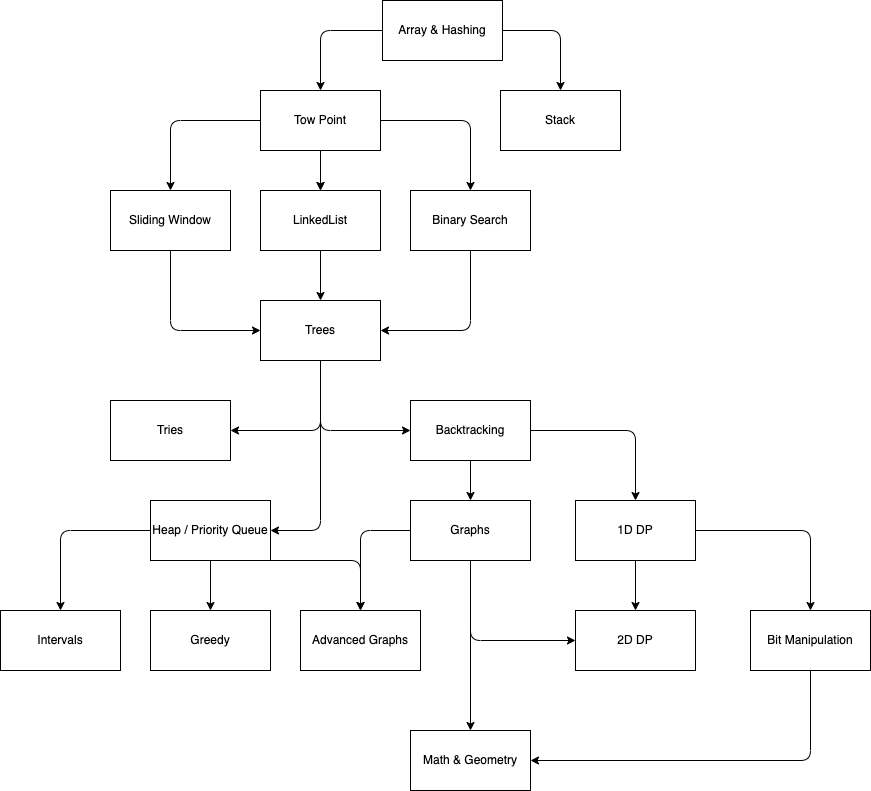
Earlier version of the draw.io export roadmap.png (uwspstar/DataStructures-Algorithms). Source tidied: cells renumbered, new cells last; positions are measured from the earlier drawing's top-left corner, leaving out a move shared by most shapes. Source of this version:
```xml
<mxGraphModel>
  <root>
    <mxCell id="0" />
    <mxCell id="1" parent="0" />
    <mxCell id="2" style="edgeStyle=none;html=1;entryX=0.5;entryY=0;entryDx=0;entryDy=0;exitX=0;exitY=0.5;exitDx=0;exitDy=0;" parent="1" edge="1" source="4" target="9">
      <mxGeometry relative="1" as="geometry">
        <Array as="points">
          <mxPoint x="320" y="30" />
        </Array>
      </mxGeometry>
    </mxCell>
    <mxCell id="3" style="edgeStyle=none;html=1;exitX=1;exitY=0.5;exitDx=0;exitDy=0;entryX=0.5;entryY=0;entryDx=0;entryDy=0;" parent="1" edge="1" source="4" target="10">
      <mxGeometry relative="1" as="geometry">
        <Array as="points">
          <mxPoint x="560" y="30" />
        </Array>
      </mxGeometry>
    </mxCell>
    <mxCell id="4" value="Array &amp;amp; Hashing" style="rounded=0;whiteSpace=wrap;html=1;" parent="1" vertex="1">
      <mxGeometry x="382" width="120" height="60" as="geometry" />
    </mxCell>
    <mxCell id="5" style="edgeStyle=none;html=1;" parent="1" edge="1" source="9" target="11">
      <mxGeometry relative="1" as="geometry" />
    </mxCell>
    <mxCell id="6" style="edgeStyle=none;html=1;exitX=1;exitY=0.5;exitDx=0;exitDy=0;entryX=0.5;entryY=0;entryDx=0;entryDy=0;" parent="1" edge="1" source="9" target="12">
      <mxGeometry relative="1" as="geometry">
        <Array as="points">
          <mxPoint x="470" y="120" />
        </Array>
      </mxGeometry>
    </mxCell>
    <mxCell id="7" style="edgeStyle=none;html=1;" parent="1" edge="1" source="9" target="11">
      <mxGeometry relative="1" as="geometry" />
    </mxCell>
    <mxCell id="8" style="edgeStyle=none;html=1;entryX=0.5;entryY=0;entryDx=0;entryDy=0;exitX=0;exitY=0.5;exitDx=0;exitDy=0;" parent="1" edge="1" source="9" target="14">
      <mxGeometry relative="1" as="geometry">
        <Array as="points">
          <mxPoint x="170" y="120" />
        </Array>
      </mxGeometry>
    </mxCell>
    <mxCell id="9" value="Tow Point" style="rounded=0;whiteSpace=wrap;html=1;" parent="1" vertex="1">
      <mxGeometry x="260" y="90" width="120" height="60" as="geometry" />
    </mxCell>
    <mxCell id="10" value="Stack" style="rounded=0;whiteSpace=wrap;html=1;" parent="1" vertex="1">
      <mxGeometry x="500" y="90" width="120" height="60" as="geometry" />
    </mxCell>
    <mxCell id="11" value="LinkedList" style="rounded=0;whiteSpace=wrap;html=1;" parent="1" vertex="1">
      <mxGeometry x="260" y="190" width="120" height="60" as="geometry" />
    </mxCell>
    <mxCell id="12" value="Binary Search" style="rounded=0;whiteSpace=wrap;html=1;" parent="1" vertex="1">
      <mxGeometry x="410" y="190" width="120" height="60" as="geometry" />
    </mxCell>
    <mxCell id="13" style="edgeStyle=none;html=1;entryX=0;entryY=0.5;entryDx=0;entryDy=0;exitX=0.5;exitY=1;exitDx=0;exitDy=0;" parent="1" edge="1" source="14" target="18">
      <mxGeometry relative="1" as="geometry">
        <Array as="points">
          <mxPoint x="170" y="330" />
        </Array>
      </mxGeometry>
    </mxCell>
    <mxCell id="14" value="Sliding Window" style="rounded=0;whiteSpace=wrap;html=1;" parent="1" vertex="1">
      <mxGeometry x="110" y="190" width="120" height="60" as="geometry" />
    </mxCell>
    <mxCell id="15" style="edgeStyle=none;html=1;entryX=1;entryY=0.5;entryDx=0;entryDy=0;exitX=0.5;exitY=1;exitDx=0;exitDy=0;" parent="1" edge="1" source="18" target="21">
      <mxGeometry relative="1" as="geometry">
        <Array as="points">
          <mxPoint x="320" y="430" />
        </Array>
      </mxGeometry>
    </mxCell>
    <mxCell id="16" style="edgeStyle=none;html=1;exitX=0.5;exitY=1;exitDx=0;exitDy=0;entryX=1;entryY=0.5;entryDx=0;entryDy=0;" parent="1" edge="1" source="18" target="25">
      <mxGeometry relative="1" as="geometry">
        <Array as="points">
          <mxPoint x="320" y="530" />
        </Array>
      </mxGeometry>
    </mxCell>
    <mxCell id="17" style="edgeStyle=none;html=1;exitX=0.5;exitY=1;exitDx=0;exitDy=0;entryX=0;entryY=0.5;entryDx=0;entryDy=0;" parent="1" edge="1" source="18" target="28">
      <mxGeometry relative="1" as="geometry">
        <Array as="points">
          <mxPoint x="320" y="430" />
        </Array>
      </mxGeometry>
    </mxCell>
    <mxCell id="18" value="Trees" style="rounded=0;whiteSpace=wrap;html=1;" parent="1" vertex="1">
      <mxGeometry x="260" y="300" width="120" height="60" as="geometry" />
    </mxCell>
    <mxCell id="19" style="endArrow=classic;html=1;entryX=0.5;entryY=0;entryDx=0;entryDy=0;exitX=0.5;exitY=1;exitDx=0;exitDy=0;" parent="1" edge="1" source="11" target="18">
      <mxGeometry relative="1" as="geometry" />
    </mxCell>
    <mxCell id="20" style="endArrow=classic;html=1;entryX=1;entryY=0.5;entryDx=0;entryDy=0;exitX=0.5;exitY=1;exitDx=0;exitDy=0;" parent="1" edge="1" source="12" target="18">
      <mxGeometry relative="1" as="geometry">
        <Array as="points">
          <mxPoint x="470" y="330" />
        </Array>
      </mxGeometry>
    </mxCell>
    <mxCell id="21" value="Tries" style="rounded=0;whiteSpace=wrap;html=1;" parent="1" vertex="1">
      <mxGeometry x="110" y="400" width="120" height="60" as="geometry" />
    </mxCell>
    <mxCell id="22" style="edgeStyle=none;html=1;entryX=0.5;entryY=0;entryDx=0;entryDy=0;exitX=0;exitY=0.5;exitDx=0;exitDy=0;" parent="1" edge="1" source="25" target="34">
      <mxGeometry relative="1" as="geometry">
        <Array as="points">
          <mxPoint x="60" y="530" />
        </Array>
      </mxGeometry>
    </mxCell>
    <mxCell id="23" style="edgeStyle=none;html=1;" parent="1" edge="1" source="25" target="35">
      <mxGeometry relative="1" as="geometry" />
    </mxCell>
    <mxCell id="24" style="edgeStyle=none;html=1;entryX=0.5;entryY=0;entryDx=0;entryDy=0;exitX=0.5;exitY=1;exitDx=0;exitDy=0;" parent="1" edge="1" source="25" target="36">
      <mxGeometry relative="1" as="geometry">
        <Array as="points">
          <mxPoint x="360" y="560" />
        </Array>
      </mxGeometry>
    </mxCell>
    <mxCell id="25" value="Heap / Priority Queue" style="rounded=0;whiteSpace=wrap;html=1;" parent="1" vertex="1">
      <mxGeometry x="150" y="500" width="120" height="60" as="geometry" />
    </mxCell>
    <mxCell id="26" style="edgeStyle=none;html=1;" parent="1" edge="1" source="28" target="31">
      <mxGeometry relative="1" as="geometry" />
    </mxCell>
    <mxCell id="27" style="edgeStyle=none;html=1;exitX=1;exitY=0.5;exitDx=0;exitDy=0;entryX=0.5;entryY=0;entryDx=0;entryDy=0;" parent="1" edge="1" source="28" target="33">
      <mxGeometry relative="1" as="geometry">
        <Array as="points">
          <mxPoint x="635" y="430" />
        </Array>
      </mxGeometry>
    </mxCell>
    <mxCell id="28" value="Backtracking" style="rounded=0;whiteSpace=wrap;html=1;" parent="1" vertex="1">
      <mxGeometry x="410" y="400" width="120" height="60" as="geometry" />
    </mxCell>
    <mxCell id="29" style="edgeStyle=none;html=1;exitX=0.5;exitY=1;exitDx=0;exitDy=0;entryX=0;entryY=0.5;entryDx=0;entryDy=0;" parent="1" edge="1" source="31" target="38">
      <mxGeometry relative="1" as="geometry">
        <Array as="points">
          <mxPoint x="470" y="640" />
        </Array>
      </mxGeometry>
    </mxCell>
    <mxCell id="30" style="edgeStyle=none;html=1;" parent="1" edge="1" source="31" target="41">
      <mxGeometry relative="1" as="geometry" />
    </mxCell>
    <mxCell id="31" value="Graphs" style="rounded=0;whiteSpace=wrap;html=1;" parent="1" vertex="1">
      <mxGeometry x="410" y="500" width="120" height="60" as="geometry" />
    </mxCell>
    <mxCell id="32" style="edgeStyle=none;html=1;exitX=1;exitY=0.5;exitDx=0;exitDy=0;entryX=0.5;entryY=0;entryDx=0;entryDy=0;" parent="1" edge="1" source="33" target="40">
      <mxGeometry relative="1" as="geometry">
        <Array as="points">
          <mxPoint x="810" y="530" />
        </Array>
      </mxGeometry>
    </mxCell>
    <mxCell id="33" value="1D DP" style="rounded=0;whiteSpace=wrap;html=1;" parent="1" vertex="1">
      <mxGeometry x="575" y="500" width="120" height="60" as="geometry" />
    </mxCell>
    <mxCell id="34" value="Intervals" style="rounded=0;whiteSpace=wrap;html=1;" parent="1" vertex="1">
      <mxGeometry y="610" width="120" height="60" as="geometry" />
    </mxCell>
    <mxCell id="35" value="Greedy" style="rounded=0;whiteSpace=wrap;html=1;" parent="1" vertex="1">
      <mxGeometry x="150" y="610" width="120" height="60" as="geometry" />
    </mxCell>
    <mxCell id="36" value="Advanced Graphs" style="rounded=0;whiteSpace=wrap;html=1;" parent="1" vertex="1">
      <mxGeometry x="300" y="610" width="120" height="60" as="geometry" />
    </mxCell>
    <mxCell id="37" style="endArrow=classic;html=1;exitX=0;exitY=0.5;exitDx=0;exitDy=0;entryX=0.5;entryY=0;entryDx=0;entryDy=0;" parent="1" edge="1" source="31" target="36">
      <mxGeometry relative="1" as="geometry">
        <Array as="points">
          <mxPoint x="360" y="530" />
        </Array>
      </mxGeometry>
    </mxCell>
    <mxCell id="38" value="2D DP" style="rounded=0;whiteSpace=wrap;html=1;" parent="1" vertex="1">
      <mxGeometry x="575" y="610" width="120" height="60" as="geometry" />
    </mxCell>
    <mxCell id="39" style="endArrow=classic;html=1;entryX=0.5;entryY=0;entryDx=0;entryDy=0;exitX=0.5;exitY=1;exitDx=0;exitDy=0;" parent="1" edge="1" source="33" target="38">
      <mxGeometry relative="1" as="geometry" />
    </mxCell>
    <mxCell id="40" value="Bit Manipulation" style="rounded=0;whiteSpace=wrap;html=1;" parent="1" vertex="1">
      <mxGeometry x="750" y="610" width="120" height="60" as="geometry" />
    </mxCell>
    <mxCell id="41" value="Math &amp;amp; Geometry" style="rounded=0;whiteSpace=wrap;html=1;" parent="1" vertex="1">
      <mxGeometry x="410" y="730" width="120" height="60" as="geometry" />
    </mxCell>
    <mxCell id="42" style="endArrow=classic;html=1;exitX=0.5;exitY=1;exitDx=0;exitDy=0;entryX=1;entryY=0.5;entryDx=0;entryDy=0;" parent="1" edge="1" source="40" target="41">
      <mxGeometry relative="1" as="geometry">
        <Array as="points">
          <mxPoint x="810" y="760" />
        </Array>
      </mxGeometry>
    </mxCell>
  </root>
</mxGraphModel>
```
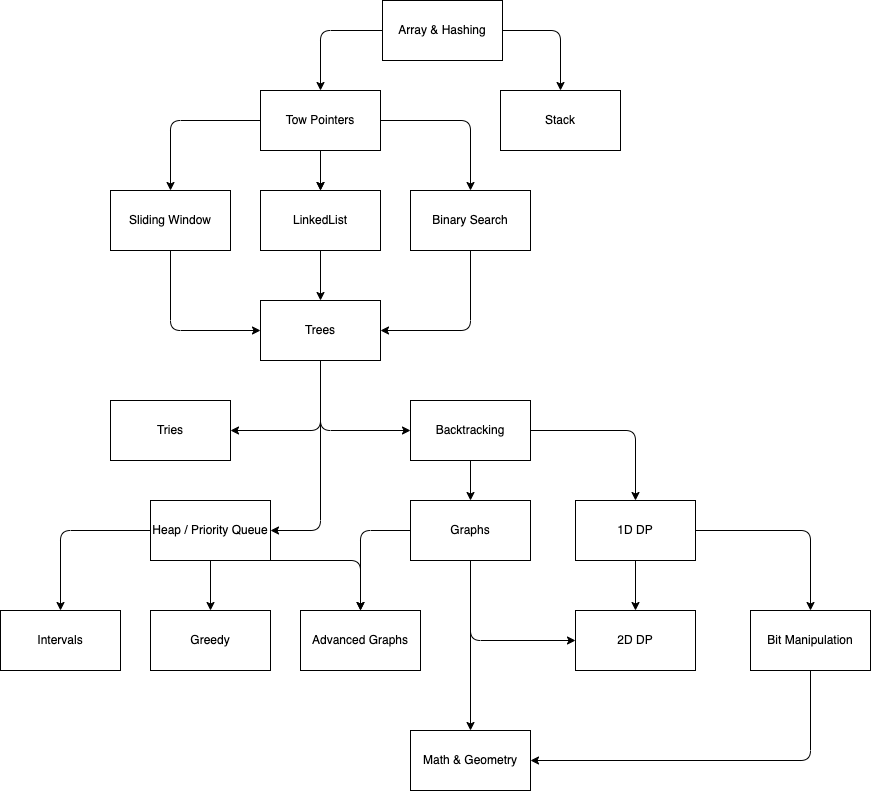
The same diagram one commit later.

What changed in the source:
```diff
@@ -39,7 +39,7 @@
         </Array>
       </mxGeometry>
     </mxCell>
-    <mxCell id="9" value="Tow Point" style="rounded=0;whiteSpace=wrap;html=1;" parent="1" vertex="1">
+    <mxCell id="9" value="Tow Pointers" style="rounded=0;whiteSpace=wrap;html=1;" parent="1" vertex="1">
       <mxGeometry x="260" y="90" width="120" height="60" as="geometry" />
     </mxCell>
     <mxCell id="10" value="Stack" style="rounded=0;whiteSpace=wrap;html=1;" parent="1" vertex="1">
```
